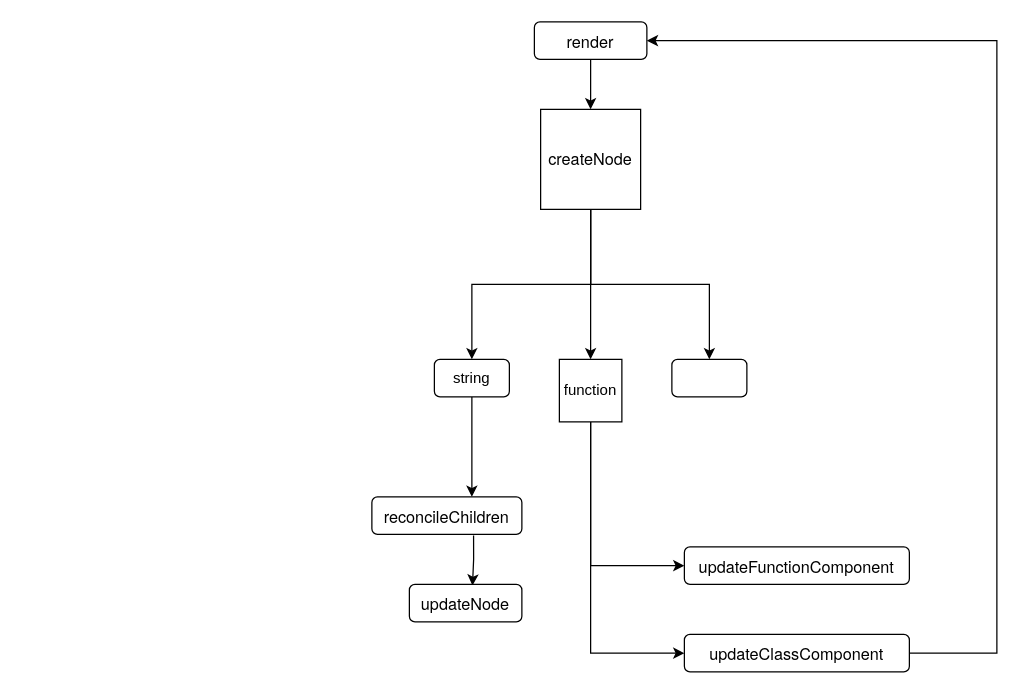
Earlier version of the draw.io diagram Untitled Diagram.drawio (18257340943/draws). Source tidied: cells renumbered, new cells numbered last; positions are measured from the earlier drawing's top-left corner, leaving out a move shared by most shapes. Both pictures are drawn from the tidied source at 125%, with x=0, y=0 at pixel (371, 21).
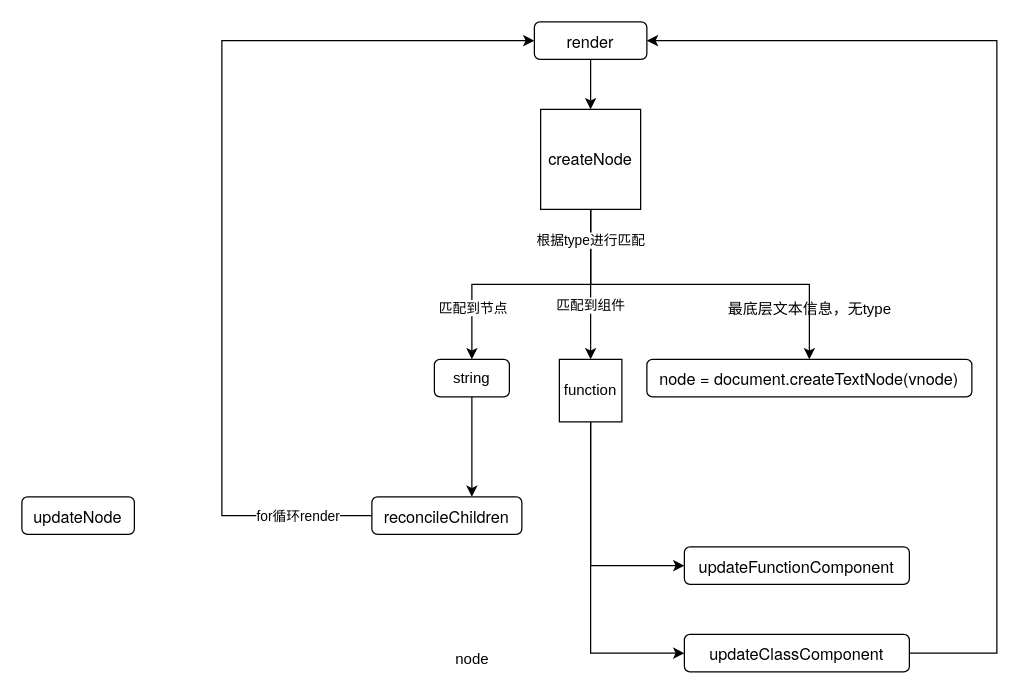
The same page after the edit.

Unchanged cells that the change refers to:
```xml
<mxCell id="3" value="&lt;p class=&quot;p1&quot; style=&quot;margin: 0px ; font-stretch: normal ; font-size: 13px ; line-height: normal ; font-family: &amp;quot;helvetica neue&amp;quot;&quot;&gt;render&lt;/p&gt;" style="rounded=1;whiteSpace=wrap;html=1;fontColor=default;strokeColor=default;fillColor=default;" parent="1" vertex="1">
  <mxGeometry x="130" width="90" height="30" as="geometry" />
</mxCell>
<mxCell id="5" value="&lt;p class=&quot;p1&quot; style=&quot;margin: 0px ; font-stretch: normal ; font-size: 13px ; line-height: normal ; font-family: &amp;quot;helvetica neue&amp;quot;&quot;&gt;reconcileChildren&lt;/p&gt;" style="rounded=1;whiteSpace=wrap;html=1;fontColor=default;strokeColor=default;fillColor=default;" parent="1" vertex="1">
  <mxGeometry y="380" width="120" height="30" as="geometry" />
</mxCell>
<mxCell id="8" style="edgeStyle=orthogonalEdgeStyle;rounded=0;jettySize=auto;html=1;labelBackgroundColor=default;fontColor=default;strokeColor=default;" parent="1" edge="1" source="11" target="14">
  <mxGeometry relative="1" as="geometry" />
</mxCell>
<mxCell id="9" style="edgeStyle=orthogonalEdgeStyle;rounded=0;jettySize=auto;html=1;entryX=0.5;entryY=0;entryDx=0;entryDy=0;labelBackgroundColor=default;fontColor=default;strokeColor=default;exitX=0.5;exitY=1;exitDx=0;exitDy=0;" parent="1" edge="1" source="11" target="16">
  <mxGeometry relative="1" as="geometry" />
</mxCell>
<mxCell id="10" style="edgeStyle=orthogonalEdgeStyle;rounded=0;jettySize=auto;html=1;entryX=0.5;entryY=0;entryDx=0;entryDy=0;labelBackgroundColor=default;fontColor=default;strokeColor=default;exitX=0.5;exitY=1;exitDx=0;exitDy=0;" parent="1" edge="1" source="11" target="17">
  <mxGeometry relative="1" as="geometry" />
</mxCell>
```

Change to the diagram source:
```diff
@@
-    <mxCell id="4" style="edgeStyle=orthogonalEdgeStyle;rounded=0;jettySize=auto;html=1;labelBackgroundColor=default;fontColor=default;strokeColor=default;exitX=0.678;exitY=1.033;exitDx=0;exitDy=0;entryX=0.561;entryY=0.033;entryDx=0;entryDy=0;entryPerimeter=0;exitPerimeter=0;" parent="1" edge="1" source="5" target="6">
-      <mxGeometry relative="1" as="geometry" />
-    </mxCell>
+    <mxCell id="20" style="edgeStyle=orthogonalEdgeStyle;rounded=0;jettySize=auto;html=1;entryX=0;entryY=0.5;entryDx=0;entryDy=0;fontColor=default;strokeColor=default;labelBackgroundColor=default;" parent="1" edge="1" source="5" target="3">
+      <mxGeometry relative="1" as="geometry">
+        <Array as="points">
+          <mxPoint x="-120" y="395" />
+          <mxPoint x="-120" y="15" />
+        </Array>
+      </mxGeometry>
+    </mxCell>
+    <mxCell id="21" value="for循环render" style="edgeLabel;html=1;align=center;verticalAlign=middle;fontColor=default;labelBackgroundColor=default;" parent="20" vertex="1">
+      <mxGeometry x="-0.82" y="-3" relative="1" as="geometry">
+        <mxPoint x="8" y="3" as="offset" />
+      </mxGeometry>
+    </mxCell>
@@
     <mxCell id="6" value="&lt;p class=&quot;p1&quot; style=&quot;margin: 0px ; font-stretch: normal ; font-size: 13px ; line-height: normal ; font-family: &amp;quot;helvetica neue&amp;quot;&quot;&gt;updateNode&lt;/p&gt;" style="rounded=1;whiteSpace=wrap;html=1;fontColor=default;strokeColor=default;fillColor=default;" parent="1" vertex="1">
-      <mxGeometry x="30" y="450" width="90" height="30" as="geometry" />
+      <mxGeometry x="-280" y="380" width="90" height="30" as="geometry" />
     </mxCell>
@@
+    <mxCell id="22" value="匹配到组件" style="edgeLabel;html=1;align=center;verticalAlign=middle;fontColor=default;" parent="8" vertex="1">
+      <mxGeometry x="0.26" y="-1" relative="1" as="geometry" />
+    </mxCell>
@@
+    <mxCell id="23" value="匹配到节点" style="edgeLabel;html=1;align=center;verticalAlign=middle;fontColor=default;labelBackgroundColor=default;" parent="9" vertex="1">
+      <mxGeometry x="0.61" y="-2" relative="1" as="geometry">
+        <mxPoint x="2" as="offset" />
+      </mxGeometry>
+    </mxCell>
@@
+    <mxCell id="24" value="根据type进行匹配" style="edgeLabel;html=1;align=center;verticalAlign=middle;fontColor=default;" parent="10" vertex="1">
+      <mxGeometry x="-0.84" y="-1" relative="1" as="geometry" />
+    </mxCell>
@@
-    <mxCell id="17" style="rounded=1;whiteSpace=wrap;html=1;fontColor=default;strokeColor=default;fillColor=default;" parent="1" vertex="1">
-      <mxGeometry x="240" y="270" width="60" height="30" as="geometry" />
+    <mxCell id="17" value="&lt;p class=&quot;p1&quot; style=&quot;margin: 0px ; font-stretch: normal ; font-size: 13px ; line-height: normal ; font-family: &amp;quot;helvetica neue&amp;quot;&quot;&gt;node = document.createTextNode(vnode)&lt;/p&gt;" style="rounded=1;whiteSpace=wrap;html=1;fontColor=default;strokeColor=default;fillColor=default;" parent="1" vertex="1">
+      <mxGeometry x="220" y="270" width="260" height="30" as="geometry" />
     </mxCell>
@@
+    <mxCell id="25" value="node&lt;br&gt;" style="text;html=1;align=center;verticalAlign=middle;strokeColor=none;fillColor=none;fontColor=default;" parent="1" vertex="1">
+      <mxGeometry x="60" y="500" width="40" height="20" as="geometry" />
+    </mxCell>
+    <mxCell id="26" value="最底层文本信息，无type" style="text;html=1;align=center;verticalAlign=middle;strokeColor=none;fillColor=none;fontColor=default;" parent="1" vertex="1">
+      <mxGeometry x="275" y="220" width="150" height="20" as="geometry" />
+    </mxCell>
```
